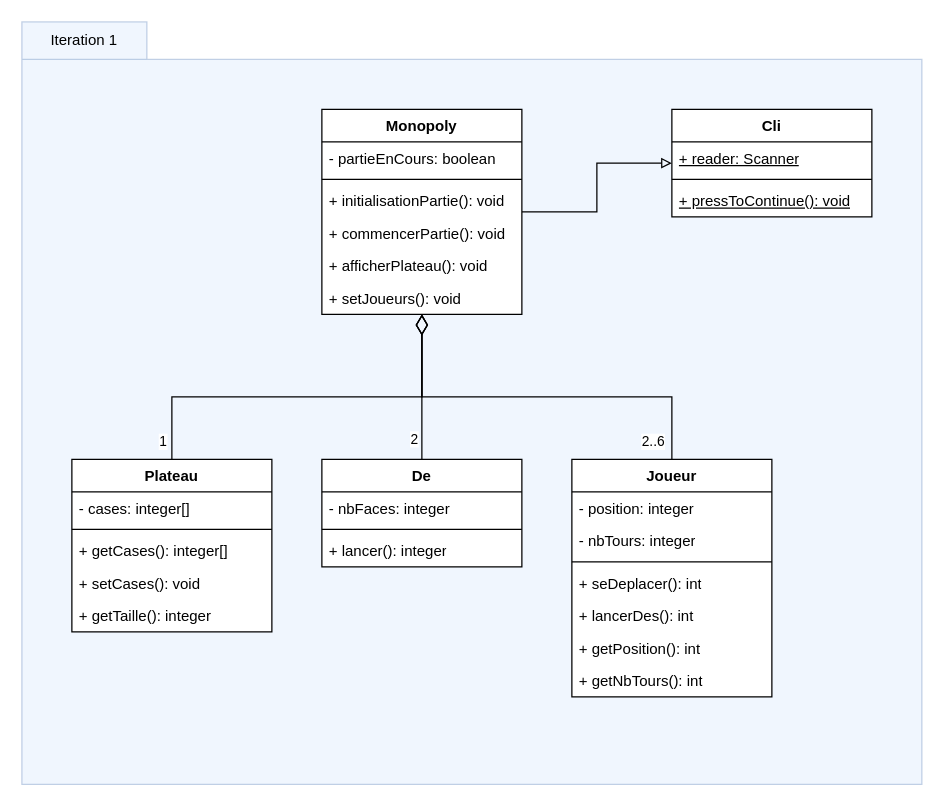
gmed2b/L3SINF-java-monopoly keeps this draw.io diagram as assets/diagramme-iteration-1.drawio. Above is the earlier version. Source tidied: cells renumbered, new cells numbered last; positions are measured from the earlier drawing's top-left corner, leaving out a move shared by most shapes. Both pictures are drawn from the tidied source at 125%, with x=0, y=0 at pixel (21, 21).
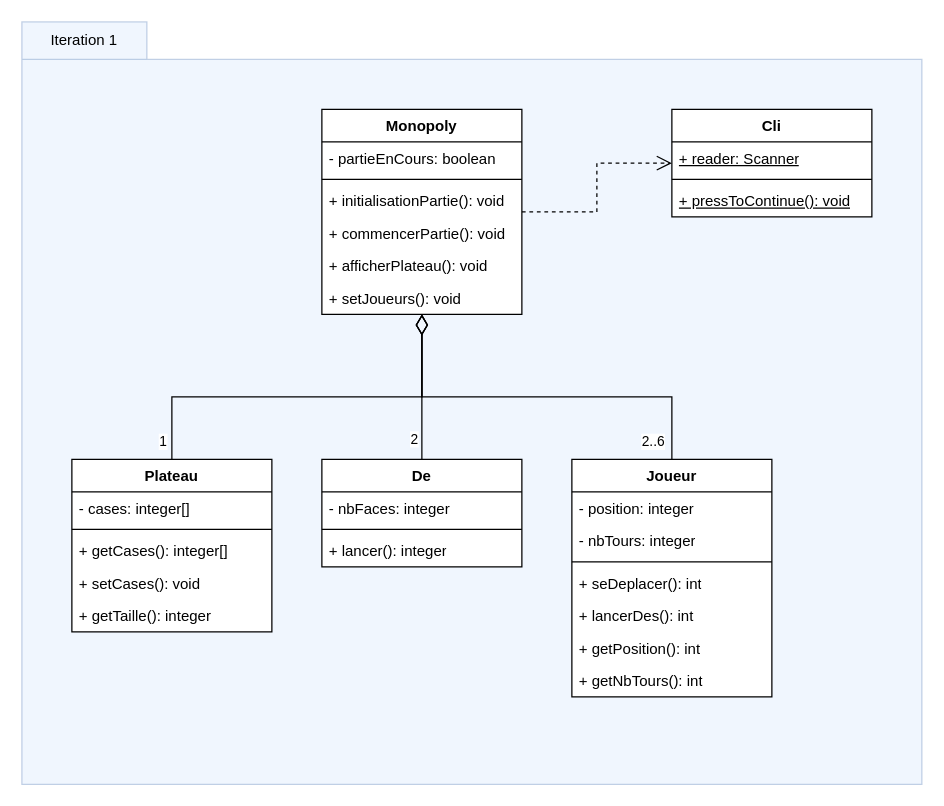
The same diagram, later.

The change refers to these unchanged cells:
```xml
<mxCell id="4" value="Monopoly" style="swimlane;fontStyle=1;align=center;verticalAlign=top;horizontal=1;startSize=26;whiteSpace=wrap;html=1;swimlaneFillColor=default;" parent="1" vertex="1">
  <mxGeometry x="240" y="70" width="160" height="164" as="geometry" />
</mxCell>
<mxCell id="36" value="Cli" style="swimlane;fontStyle=1;align=center;verticalAlign=top;horizontal=1;startSize=26;whiteSpace=wrap;html=1;fillColor=default;rounded=0;shadow=0;glass=0;swimlaneLine=1;gradientColor=none;swimlaneFillColor=default;" parent="1" vertex="1">
  <mxGeometry x="520" y="70" width="160" height="86" as="geometry" />
</mxCell>
```

The edit, as a diff of the source:
```diff
@@
-    <mxCell id="3" style="edgeStyle=orthogonalEdgeStyle;rounded=0;jettySize=auto;html=1;endArrow=block;endFill=0;" parent="1" edge="1" source="4" target="36">
+    <mxCell id="3" style="edgeStyle=orthogonalEdgeStyle;rounded=0;jettySize=auto;html=1;endArrow=open;endFill=0;dashed=1;endSize=10;" parent="1" edge="1" source="4" target="36">
       <mxGeometry relative="1" as="geometry" />
     </mxCell>
```
